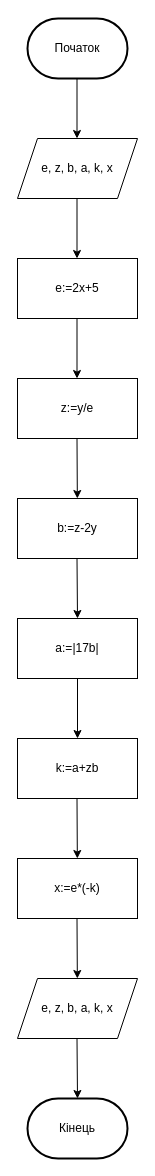
This is Основи алгоритмізації.drawio from xadeyll/Diagrams_P-23_Puzankov, a draw.io file, before an edit. Source tidied: cells renumbered, new cells numbered last; positions are measured from the earlier drawing's top-left corner, leaving out a move shared by most shapes. Both pictures are drawn from the tidied source at 100%, with x=0, y=0 at pixel (17, 18).
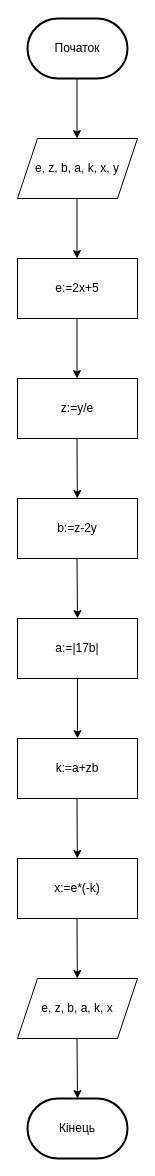
Above is the later version.

Diff of the diagram source:
```diff
@@
-    <mxCell id="2" value="e, z, b, a, k, x" style="shape=parallelogram;perimeter=parallelogramPerimeter;whiteSpace=wrap;html=1;fixedSize=1;" parent="1" vertex="1">
+    <mxCell id="2" value="e, z, b, a, k, x, y" style="shape=parallelogram;perimeter=parallelogramPerimeter;whiteSpace=wrap;html=1;fixedSize=1;" parent="1" vertex="1">
       <mxGeometry y="120" width="120" height="60" as="geometry" />
     </mxCell>
```
